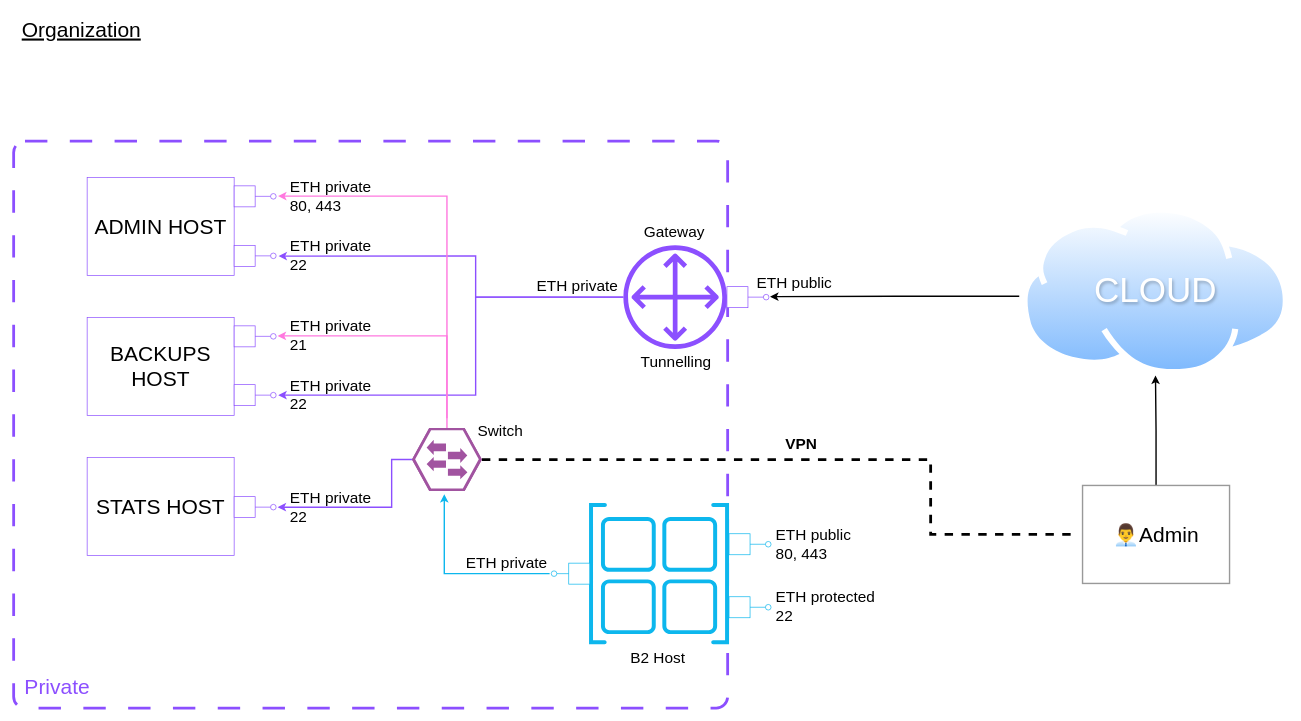
Above: doc/organization.drawio in lucaslaurent04/aru (draw.io), before the change. Source tidied: cells renumbered, new cells numbered last; positions are measured from the earlier drawing's top-left corner, leaving out a move shared by most shapes. Both pictures are drawn from the tidied source at 70%, with x=0, y=0 at pixel (13, 12).
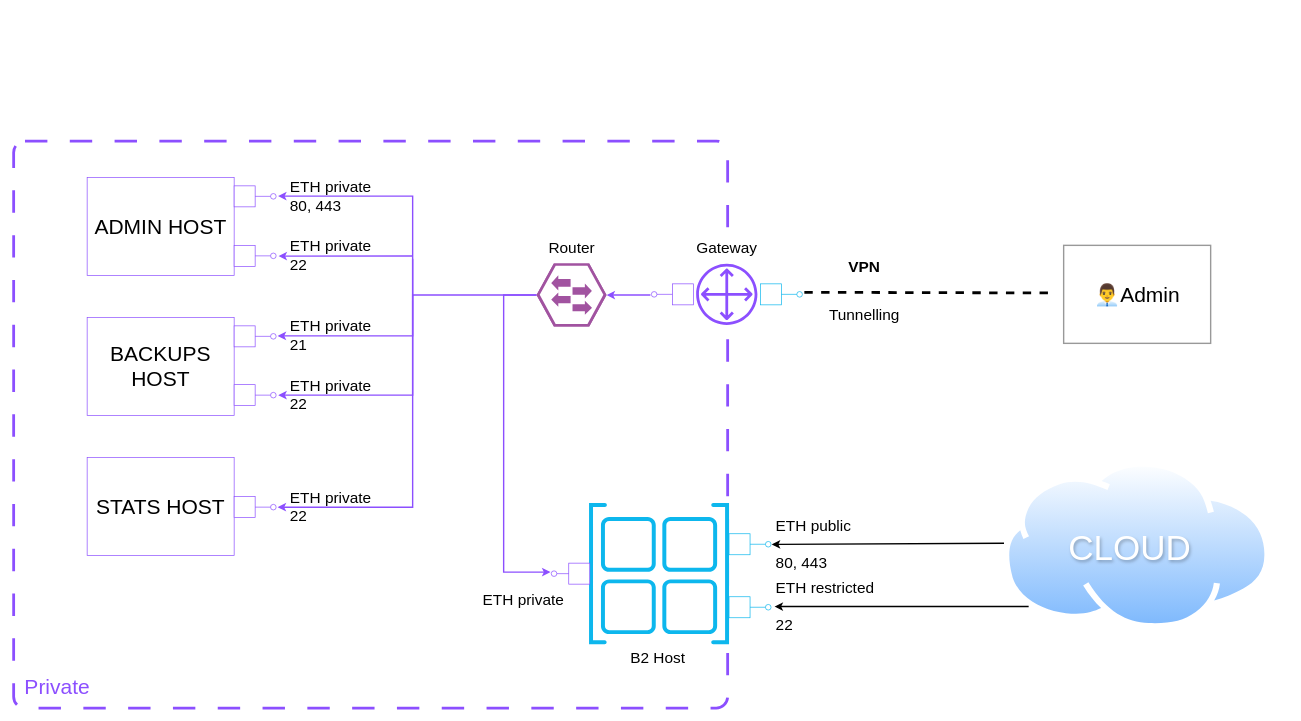
The same diagram, later.

The change refers to these unchanged cells:
```xml
<mxCell id="26" style="ellipse;html=1;fontSize=11;align=center;fillColor=none;points=[];verticalAlign=bottom;labelPosition=center;verticalLabelPosition=top;flipH=1;strokeColor=#8C4FFF;" parent="1" vertex="1">
  <mxGeometry x="367" y="344" width="8" height="8" as="geometry" />
</mxCell>
<mxCell id="30" style="ellipse;html=1;fontSize=11;align=center;fillColor=none;points=[];verticalAlign=bottom;labelPosition=center;verticalLabelPosition=top;flipH=1;strokeColor=#8C4FFF;" parent="1" vertex="1">
  <mxGeometry x="367" y="259" width="8" height="8" as="geometry" />
</mxCell>
<mxCell id="34" style="ellipse;html=1;fontSize=11;align=center;fillColor=none;points=[];verticalAlign=bottom;labelPosition=center;verticalLabelPosition=top;flipH=1;strokeColor=#8C4FFF;" parent="1" vertex="1">
  <mxGeometry x="367" y="459" width="8" height="8" as="geometry" />
</mxCell>
<mxCell id="37" style="ellipse;html=1;fontSize=11;align=center;fillColor=none;points=[];verticalAlign=bottom;labelPosition=center;verticalLabelPosition=top;flipH=1;strokeColor=#8C4FFF;" parent="1" vertex="1">
  <mxGeometry x="367" y="543" width="8" height="8" as="geometry" />
</mxCell>
<mxCell id="62" style="ellipse;html=1;fontSize=11;align=center;fillColor=none;points=[];verticalAlign=bottom;labelPosition=center;verticalLabelPosition=top;flipH=1;strokeColor=#8C4FFF;" parent="1" vertex="1">
  <mxGeometry x="367" y="703" width="8" height="8" as="geometry" />
</mxCell>
```

What changed in the source:
```diff
@@
+    <mxCell id="65" style="rounded=0;whiteSpace=wrap;html=1;shadow=0;fillColor=default;gradientColor=none;strokeColor=none;" parent="1" vertex="1">
+      <mxGeometry x="962" y="338" width="120" height="124" as="geometry" />
+    </mxCell>
     <mxCell id="3" value="ETH private" style="text;strokeColor=none;align=center;fillColor=none;html=1;verticalAlign=middle;whiteSpace=wrap;rounded=0;fontSize=22;" parent="1" vertex="1">
-      <mxGeometry x="636" y="774" width="137" height="28" as="geometry" />
+      <mxGeometry x="660" y="826" width="137" height="28" as="geometry" />
     </mxCell>
@@
-    <mxCell id="6" style="edgeStyle=orthogonalEdgeStyle;rounded=0;jettySize=auto;html=1;entryX=-0.417;entryY=0.542;entryDx=0;entryDy=0;strokeColor=#8C4FFF;strokeWidth=2;entryPerimeter=0;" parent="1" edge="1" source="8" target="26">
+    <mxCell id="6" style="edgeStyle=orthogonalEdgeStyle;rounded=0;jettySize=auto;html=1;entryX=-0.417;entryY=0.542;entryDx=0;entryDy=0;strokeColor=#8C4FFF;strokeWidth=2;entryPerimeter=0;startArrow=none;" parent="1" edge="1" target="26">
       <mxGeometry relative="1" as="geometry">
+        <mxPoint x="570" y="348" as="sourcePoint" />
         <Array as="points">
-          <mxPoint x="660" y="407" />
-          <mxPoint x="660" y="348" />
+          <mxPoint x="378" y="348" />
         </Array>
       </mxGeometry>
     </mxCell>
-    <mxCell id="7" style="edgeStyle=orthogonalEdgeStyle;rounded=0;jettySize=auto;html=1;entryX=-0.375;entryY=0.5;entryDx=0;entryDy=0;strokeColor=#8C4FFF;strokeWidth=2;entryPerimeter=0;" parent="1" edge="1" source="8" target="37">
+    <mxCell id="7" style="edgeStyle=orthogonalEdgeStyle;rounded=0;jettySize=auto;html=1;entryX=-0.375;entryY=0.5;entryDx=0;entryDy=0;strokeColor=#8C4FFF;strokeWidth=2;entryPerimeter=0;exitX=0;exitY=0.5;exitDx=0;exitDy=0;exitPerimeter=0;" parent="1" edge="1" source="11" target="37">
       <mxGeometry relative="1" as="geometry">
         <Array as="points">
-          <mxPoint x="660" y="407" />
-          <mxPoint x="660" y="547" />
+          <mxPoint x="570" y="404" />
+          <mxPoint x="570" y="547" />
         </Array>
       </mxGeometry>
     </mxCell>
-    <mxCell id="8" style="sketch=0;outlineConnect=0;fontColor=#232F3E;gradientColor=none;fillColor=#8C4FFF;strokeColor=none;dashed=0;verticalLabelPosition=bottom;verticalAlign=top;align=center;html=1;fontSize=12;fontStyle=0;shape=mxgraph.aws4.customer_gateway;" parent="1" vertex="1">
-      <mxGeometry x="871" y="333" width="148" height="148" as="geometry" />
-    </mxCell>
-    <mxCell id="9" style="edgeStyle=orthogonalEdgeStyle;rounded=0;jettySize=auto;html=1;entryX=-0.26;entryY=0.418;entryDx=0;entryDy=0;strokeWidth=2;strokeColor=#FF78DF;entryPerimeter=0;" parent="1" edge="1" source="11" target="34">
+    <mxCell id="9" style="edgeStyle=orthogonalEdgeStyle;rounded=0;jettySize=auto;html=1;entryX=-0.26;entryY=0.418;entryDx=0;entryDy=0;strokeWidth=2;strokeColor=#8C4FFF;entryPerimeter=0;" parent="1" edge="1" target="34">
       <mxGeometry relative="1" as="geometry">
+        <mxPoint x="570" y="412" as="sourcePoint" />
         <Array as="points">
-          <mxPoint x="619" y="462" />
-          <mxPoint x="377" y="462" />
+          <mxPoint x="570" y="412" />
+          <mxPoint x="570" y="462" />
         </Array>
       </mxGeometry>
     </mxCell>
-    <mxCell id="10" style="edgeStyle=orthogonalEdgeStyle;rounded=0;jettySize=auto;html=1;entryX=-0.333;entryY=0.458;entryDx=0;entryDy=0;fontColor=#FF66FF;strokeColor=#FF78DF;strokeWidth=2;entryPerimeter=0;" parent="1" edge="1" target="30">
+    <mxCell id="10" style="edgeStyle=orthogonalEdgeStyle;rounded=0;jettySize=auto;html=1;entryX=-0.333;entryY=0.458;entryDx=0;entryDy=0;fontColor=#FF66FF;strokeColor=#8C4FFF;strokeWidth=2;entryPerimeter=0;" parent="1" edge="1" target="30">
       <mxGeometry relative="1" as="geometry">
-        <mxPoint x="619" y="580" as="sourcePoint" />
+        <mxPoint x="570" y="412" as="sourcePoint" />
         <Array as="points">
-          <mxPoint x="619" y="263" />
+          <mxPoint x="570" y="412" />
+          <mxPoint x="570" y="263" />
         </Array>
       </mxGeometry>
     </mxCell>
-    <mxCell id="11" style="verticalLabelPosition=bottom;sketch=0;html=1;fillColor=#A153A0;strokeColor=#ffffff;verticalAlign=top;align=center;points=[[0,0.5,0],[0.125,0.25,0],[0.25,0,0],[0.5,0,0],[0.75,0,0],[0.875,0.25,0],[1,0.5,0],[0.875,0.75,0],[0.75,1,0],[0.5,1,0],[0.125,0.75,0]];shape=mxgraph.cisco_safe.compositeIcon;bgIcon=mxgraph.cisco_safe.design.blank_device;resIcon=mxgraph.cisco_safe.design.access_switch_2;" parent="1" vertex="1">
-      <mxGeometry x="569" y="594" width="100" height="90" as="geometry" />
-    </mxCell>
-    <mxCell id="12" value="ETH private" style="text;strokeColor=none;align=center;fillColor=none;html=1;verticalAlign=middle;whiteSpace=wrap;rounded=0;fontSize=22;" parent="1" vertex="1">
-      <mxGeometry x="742" y="377" width="127" height="30" as="geometry" />
-    </mxCell>
     <mxCell id="13" value="Gateway" style="text;strokeColor=none;align=center;fillColor=none;html=1;verticalAlign=middle;whiteSpace=wrap;rounded=0;fontSize=22;" parent="1" vertex="1">
-      <mxGeometry x="896" y="300" width="96" height="30" as="geometry" />
+      <mxGeometry x="970.8" y="322" width="96" height="30" as="geometry" />
     </mxCell>
     <mxCell id="14" value="Tunnelling" style="text;strokeColor=none;align=center;fillColor=none;html=1;verticalAlign=middle;whiteSpace=wrap;rounded=0;fontSize=22;" parent="1" vertex="1">
-      <mxGeometry x="883" y="485" width="127" height="30" as="geometry" />
+      <mxGeometry x="1151.5" y="418" width="127" height="30" as="geometry" />
     </mxCell>
-    <mxCell id="15" value="Switch" style="text;strokeColor=none;align=center;fillColor=none;html=1;verticalAlign=middle;whiteSpace=wrap;rounded=0;fontSize=22;" parent="1" vertex="1">
-      <mxGeometry x="632" y="584" width="127" height="30" as="geometry" />
+    <mxCell id="15" value="Router" style="text;strokeColor=none;align=center;fillColor=none;html=1;verticalAlign=middle;whiteSpace=wrap;rounded=0;fontSize=22;" parent="1" vertex="1">
+      <mxGeometry x="733.5" y="322" width="127" height="30" as="geometry" />
     </mxCell>
@@
-    <mxCell id="17" value="ETH public&lt;br&gt;80, 443" style="text;strokeColor=none;align=left;fillColor=none;html=1;verticalAlign=middle;whiteSpace=wrap;rounded=0;fontSize=22;spacingLeft=5;" parent="1" vertex="1">
+    <mxCell id="17" value="ETH public&lt;br&gt;&lt;br&gt;80, 443" style="text;strokeColor=none;align=left;fillColor=none;html=1;verticalAlign=middle;whiteSpace=wrap;rounded=0;fontSize=22;spacingLeft=5;" parent="1" vertex="1">
       <mxGeometry x="1082" y="732" width="118" height="56" as="geometry" />
     </mxCell>
@@
-    <mxCell id="19" style="edgeStyle=orthogonalEdgeStyle;rounded=0;jettySize=auto;html=1;strokeWidth=2;strokeColor=#0DB7ED;exitX=1.294;exitY=0.502;exitDx=0;exitDy=0;exitPerimeter=0;entryX=0.462;entryY=1.049;entryDx=0;entryDy=0;entryPerimeter=0;" parent="1" edge="1" source="44" target="11">
+    <mxCell id="19" style="edgeStyle=orthogonalEdgeStyle;rounded=0;jettySize=auto;html=1;strokeWidth=2;strokeColor=#8C4FFF;exitX=0;exitY=0.5;exitDx=0;exitDy=0;exitPerimeter=0;entryX=1.138;entryY=0.224;entryDx=0;entryDy=0;entryPerimeter=0;" parent="1" edge="1" source="11" target="44">
       <mxGeometry relative="1" as="geometry">
         <Array as="points">
-          <mxPoint x="615" y="802" />
+          <mxPoint x="700" y="404" />
+          <mxPoint x="700" y="800" />
         </Array>
       </mxGeometry>
     </mxCell>
-    <mxCell id="20" style="edgeStyle=orthogonalEdgeStyle;rounded=0;jettySize=auto;html=1;entryX=-0.195;entryY=0.418;entryDx=0;entryDy=0;exitX=-0.009;exitY=0.53;exitDx=0;exitDy=0;exitPerimeter=0;entryPerimeter=0;strokeWidth=2;" parent="1" edge="1" source="51" target="54">
-      <mxGeometry relative="1" as="geometry" />
-    </mxCell>
-    <mxCell id="21" style="edgeStyle=orthogonalEdgeStyle;rounded=0;jettySize=auto;html=1;entryX=0.5;entryY=1;entryDx=0;entryDy=0;strokeWidth=2;" parent="1" edge="1" source="22" target="51">
-      <mxGeometry relative="1" as="geometry" />
-    </mxCell>
     <mxCell id="22" value="👨‍💼Admin" style="html=1;whiteSpace=wrap;strokeColor=#999999;fontSize=30;strokeWidth=2;" parent="1" vertex="1">
-      <mxGeometry x="1527" y="676" width="210" height="140" as="geometry" />
+      <mxGeometry x="1500" y="333" width="210" height="140" as="geometry" />
     </mxCell>
-    <mxCell id="23" value="ETH protected&lt;br&gt;22" style="text;strokeColor=none;align=left;fillColor=none;html=1;verticalAlign=middle;whiteSpace=wrap;rounded=0;fontSize=22;" parent="1" vertex="1">
+    <mxCell id="23" value="ETH restricted&lt;br&gt;&lt;br&gt;22" style="text;strokeColor=none;align=left;fillColor=none;html=1;verticalAlign=middle;whiteSpace=wrap;rounded=0;fontSize=22;" parent="1" vertex="1">
       <mxGeometry x="1087" y="821" width="153" height="56" as="geometry" />
     </mxCell>
@@
-    <mxCell id="41" value="&lt;font style=&quot;font-size: 30px;&quot;&gt;&lt;u&gt;Organization&lt;/u&gt;&lt;/font&gt;" style="text;html=1;align=left;verticalAlign=middle;strokeColor=none;fillColor=none;" parent="1" vertex="1">
-      <mxGeometry x="10" width="190" height="50" as="geometry" />
-    </mxCell>
-    <mxCell id="42" style="html=1;rounded=0;flipH=1;direction=west;strokeColor=#0DB7ED;" parent="1" vertex="1">
+    <mxCell id="42" style="html=1;rounded=0;flipH=1;direction=west;strokeColor=#8C4FFF;" parent="1" vertex="1">
       <mxGeometry x="793" y="787" width="30" height="30" as="geometry" />
     </mxCell>
-    <mxCell id="43" style="endArrow=none;html=1;rounded=0;align=center;verticalAlign=top;endFill=0;labelBackgroundColor=none;endSize=2;exitX=1;exitY=0.5;exitDx=0;exitDy=0;strokeColor=#0DB7ED;" parent="1" edge="1" source="42" target="44">
+    <mxCell id="43" style="endArrow=none;html=1;rounded=0;align=center;verticalAlign=top;endFill=0;labelBackgroundColor=none;endSize=2;exitX=1;exitY=0.5;exitDx=0;exitDy=0;strokeColor=#8C4FFF;" parent="1" edge="1" source="42" target="44">
       <mxGeometry relative="1" as="geometry" />
     </mxCell>
-    <mxCell id="44" style="ellipse;html=1;fontSize=11;align=center;fillColor=none;points=[];verticalAlign=bottom;labelPosition=center;verticalLabelPosition=top;flipH=1;strokeColor=#0DB7ED;" parent="1" vertex="1">
+    <mxCell id="44" style="ellipse;html=1;fontSize=11;align=center;fillColor=none;points=[];verticalAlign=bottom;labelPosition=center;verticalLabelPosition=top;flipH=1;strokeColor=#8C4FFF;" parent="1" vertex="1">
       <mxGeometry x="768" y="798" width="8" height="8" as="geometry" />
     </mxCell>
@@
-    <mxCell id="51" style="image;perimeter=ellipsePerimeter;html=1;align=center;shadow=0;dashed=0;spacingTop=3;image=img/lib/active_directory/internet_cloud.svg;" parent="1" vertex="1">
-      <mxGeometry x="1440" y="278" width="382.4" height="241" as="geometry" />
-    </mxCell>
-    <mxCell id="52" style="html=1;rounded=0;strokeColor=#8C4FFF;" parent="1" vertex="1">
-      <mxGeometry x="1019" y="392" width="30" height="30" as="geometry" />
-    </mxCell>
-    <mxCell id="53" style="endArrow=none;html=1;rounded=0;align=center;verticalAlign=top;endFill=0;labelBackgroundColor=none;endSize=2;strokeColor=#8C4FFF;" parent="1" edge="1" source="52" target="54">
-      <mxGeometry relative="1" as="geometry" />
-    </mxCell>
-    <mxCell id="54" style="ellipse;html=1;fontSize=11;align=center;fillColor=none;points=[];verticalAlign=bottom;labelPosition=center;verticalLabelPosition=top;flipH=1;strokeColor=#8C4FFF;" parent="1" vertex="1">
-      <mxGeometry x="1071" y="403" width="8" height="8" as="geometry" />
-    </mxCell>
-    <mxCell id="55" value="&lt;font style=&quot;font-size: 22px;&quot;&gt;ETH public&lt;/font&gt;" style="text;html=1;align=center;verticalAlign=middle;strokeColor=none;fillColor=none;" parent="1" vertex="1">
-      <mxGeometry x="1050" y="367" width="130" height="40" as="geometry" />
-    </mxCell>
-    <mxCell id="56" style="edgeStyle=orthogonalEdgeStyle;rounded=0;jettySize=auto;html=1;entryX=-0.062;entryY=0.486;entryDx=0;entryDy=0;entryPerimeter=0;dashed=1;strokeWidth=4;endArrow=none;endFill=0;" parent="1" edge="1" source="11" target="22">
-      <mxGeometry relative="1" as="geometry">
-        <Array as="points">
-          <mxPoint x="1310" y="639" />
-          <mxPoint x="1310" y="746" />
-          <mxPoint x="1514" y="746" />
-        </Array>
-      </mxGeometry>
+    <mxCell id="56" style="rounded=0;jettySize=auto;html=1;entryX=-0.062;entryY=0.486;entryDx=0;entryDy=0;entryPerimeter=0;dashed=1;strokeWidth=4;endArrow=none;endFill=0;startArrow=none;exitX=-0.346;exitY=0.13;exitDx=0;exitDy=0;exitPerimeter=0;" parent="1" edge="1" source="73" target="22">
+      <mxGeometry relative="1" as="geometry" />
     </mxCell>
-    <mxCell id="57" value="&lt;font style=&quot;font-size: 50px;&quot;&gt;CLOUD&lt;/font&gt;" style="text;html=1;align=center;verticalAlign=middle;strokeColor=none;fillColor=none;textShadow=1;fontColor=#FFFFFF;" parent="1" vertex="1">
-      <mxGeometry x="1531.2" y="362" width="200" height="70" as="geometry" />
-    </mxCell>
     <mxCell id="58" value="&lt;font style=&quot;font-size: 22px;&quot;&gt;&lt;b&gt;VPN&lt;/b&gt;&lt;/font&gt;" style="text;html=1;align=center;verticalAlign=middle;strokeColor=none;fillColor=none;shadow=1;" parent="1" vertex="1">
-      <mxGeometry x="1090" y="597" width="70" height="40" as="geometry" />
+      <mxGeometry x="1180" y="344" width="70" height="40" as="geometry" />
     </mxCell>
@@
-    <mxCell id="64" style="edgeStyle=orthogonalEdgeStyle;rounded=0;jettySize=auto;html=1;entryX=-0.263;entryY=0.513;entryDx=0;entryDy=0;entryPerimeter=0;strokeWidth=2;strokeColor=#8C4FFF;" parent="1" edge="1" source="11" target="62">
+    <mxCell id="64" style="edgeStyle=orthogonalEdgeStyle;rounded=0;jettySize=auto;html=1;entryX=-0.263;entryY=0.513;entryDx=0;entryDy=0;entryPerimeter=0;strokeWidth=2;strokeColor=#8C4FFF;" parent="1" edge="1" target="62">
       <mxGeometry relative="1" as="geometry">
+        <mxPoint x="570" y="352" as="sourcePoint" />
         <Array as="points">
-          <mxPoint x="540" y="639" />
-          <mxPoint x="540" y="707" />
+          <mxPoint x="570" y="362" />
+          <mxPoint x="570" y="707" />
         </Array>
       </mxGeometry>
     </mxCell>
+    <mxCell id="8" style="sketch=0;outlineConnect=0;fontColor=#232F3E;gradientColor=none;fillColor=#8C4FFF;strokeColor=none;dashed=0;verticalLabelPosition=bottom;verticalAlign=top;align=center;html=1;fontSize=12;fontStyle=0;shape=mxgraph.aws4.customer_gateway;shadow=0;" parent="1" vertex="1">
+      <mxGeometry x="975" y="359.2" width="87.5" height="87.5" as="geometry" />
+    </mxCell>
+    <mxCell id="11" style="verticalLabelPosition=bottom;sketch=0;html=1;fillColor=#A153A0;strokeColor=#ffffff;verticalAlign=top;align=center;points=[[0,0.5,0],[0.125,0.25,0],[0.25,0,0],[0.5,0,0],[0.75,0,0],[0.875,0.25,0],[1,0.5,0],[0.875,0.75,0],[0.75,1,0],[0.5,1,0],[0.125,0.75,0]];shape=mxgraph.cisco_safe.compositeIcon;bgIcon=mxgraph.cisco_safe.design.blank_device;resIcon=mxgraph.cisco_safe.design.access_switch_2;" parent="1" vertex="1">
+      <mxGeometry x="747" y="359" width="100" height="90" as="geometry" />
+    </mxCell>
+    <mxCell id="66" style="rounded=0;jettySize=auto;html=1;strokeWidth=2;strokeColor=#8C4FFF;exitX=-0.167;exitY=0.375;exitDx=0;exitDy=0;exitPerimeter=0;entryX=1;entryY=0.5;entryDx=0;entryDy=0;entryPerimeter=0;" parent="1" edge="1" source="77" target="11">
+      <mxGeometry relative="1" as="geometry" />
+    </mxCell>
+    <mxCell id="67" style="group;" parent="1" vertex="1">
+      <mxGeometry x="1413.8" y="641" width="382.3" height="241" as="geometry" />
+    </mxCell>
+    <mxCell id="51" style="image;perimeter=ellipsePerimeter;html=1;align=center;shadow=0;dashed=0;spacingTop=3;image=img/lib/active_directory/internet_cloud.svg;" parent="67" vertex="1">
+      <mxGeometry width="382.4" height="241" as="geometry" />
+    </mxCell>
+    <mxCell id="57" value="&lt;font style=&quot;font-size: 50px;&quot;&gt;CLOUD&lt;/font&gt;" style="text;html=1;align=center;verticalAlign=middle;strokeColor=none;fillColor=none;textShadow=1;fontColor=#FFFFFF;" parent="67" vertex="1">
+      <mxGeometry x="80" y="89" width="200" height="70" as="geometry" />
+    </mxCell>
+    <mxCell id="68" style="rounded=0;orthogonalLoop=1;jettySize=auto;html=1;entryX=0;entryY=0.904;entryDx=0;entryDy=0;strokeWidth=2;entryPerimeter=0;exitX=0;exitY=0.5;exitDx=0;exitDy=0;" parent="1" edge="1">
+      <mxGeometry relative="1" as="geometry">
+        <mxPoint x="1414.8" y="758.5" as="sourcePoint" />
+        <mxPoint x="1083" y="760.2" as="targetPoint" />
+      </mxGeometry>
+    </mxCell>
+    <mxCell id="69" style="rounded=0;jettySize=auto;html=1;entryX=0;entryY=0.5;entryDx=0;entryDy=0;strokeWidth=2;" parent="1" edge="1" target="23">
+      <mxGeometry relative="1" as="geometry">
+        <mxPoint x="1450" y="849" as="sourcePoint" />
+      </mxGeometry>
+    </mxCell>
+    <mxCell id="70" style="group;" parent="1" vertex="1">
+      <mxGeometry x="1066.8" y="388" width="60" height="30" as="geometry" />
+    </mxCell>
+    <mxCell id="71" style="html=1;rounded=0;strokeColor=#0DB7ED;" parent="70" vertex="1">
+      <mxGeometry width="30" height="30" as="geometry" />
+    </mxCell>
+    <mxCell id="72" style="endArrow=none;html=1;rounded=0;align=center;verticalAlign=top;endFill=0;labelBackgroundColor=none;endSize=2;strokeColor=#0DB7ED;" parent="70" edge="1" source="71" target="73">
+      <mxGeometry relative="1" as="geometry" />
+    </mxCell>
+    <mxCell id="73" style="ellipse;html=1;fontSize=11;align=center;fillColor=none;points=[];verticalAlign=bottom;labelPosition=center;verticalLabelPosition=top;flipH=1;strokeColor=#0DB7ED;" parent="70" vertex="1">
+      <mxGeometry x="52" y="11" width="8" height="8" as="geometry" />
+    </mxCell>
+    <mxCell id="74" style="group;rotation=-180;" parent="1" vertex="1">
+      <mxGeometry x="911" y="388" width="60" height="30" as="geometry" />
+    </mxCell>
+    <mxCell id="75" style="html=1;rounded=0;strokeColor=#8C4FFF;rotation=-180;" parent="74" vertex="1">
+      <mxGeometry x="30" width="30" height="30" as="geometry" />
+    </mxCell>
+    <mxCell id="76" style="endArrow=none;html=1;rounded=0;align=center;verticalAlign=top;endFill=0;labelBackgroundColor=none;endSize=2;strokeColor=#8C4FFF;" parent="74" edge="1" source="75" target="77">
+      <mxGeometry relative="1" as="geometry" />
+    </mxCell>
+    <mxCell id="77" style="ellipse;html=1;fontSize=11;align=center;fillColor=none;points=[];verticalAlign=bottom;labelPosition=center;verticalLabelPosition=top;flipH=1;strokeColor=#8C4FFF;rotation=-180;" parent="74" vertex="1">
+      <mxGeometry y="11" width="8" height="8" as="geometry" />
+    </mxCell>
```
